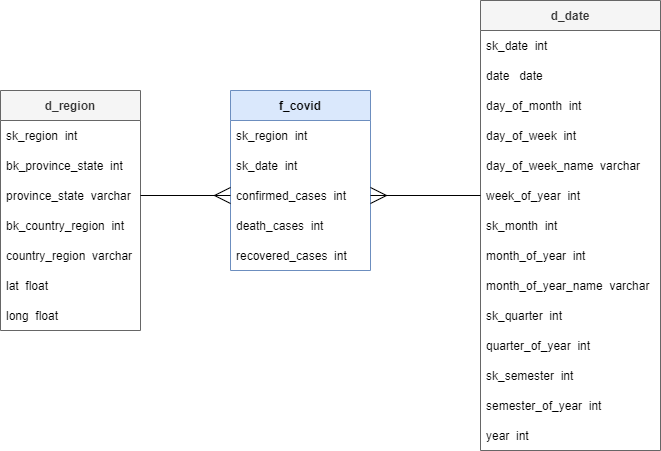
This is img/StarSchema_CovidDW.png from CarlosGarlem/productdev_covid, a draw.io export, as it was before one commit. Source tidied: cells renumbered, new cells last; positions are measured from the earlier drawing's top-left corner, leaving out a move shared by most shapes. The source it was exported from:
```xml
<mxGraphModel>
  <root>
    <mxCell id="0" />
    <mxCell id="1" parent="0" />
    <mxCell id="2" value="d_region" style="swimlane;fontStyle=1;horizontal=1;startSize=30;hachureGap=4;fillColor=#f5f5f5;strokeColor=#666666;fontColor=#333333;" parent="1" vertex="1">
      <mxGeometry y="90" width="140" height="240" as="geometry" />
    </mxCell>
    <mxCell id="3" value="sk_region  int" style="text;strokeColor=none;fillColor=none;align=left;verticalAlign=middle;spacingLeft=4;spacingRight=4;overflow=hidden;fontStyle=0;" parent="2" vertex="1">
      <mxGeometry y="30" width="140" height="30" as="geometry" />
    </mxCell>
    <mxCell id="4" value="bk_province_state  int " style="text;strokeColor=none;fillColor=none;align=left;verticalAlign=middle;spacingLeft=4;spacingRight=4;overflow=hidden;" parent="2" vertex="1">
      <mxGeometry y="60" width="140" height="30" as="geometry" />
    </mxCell>
    <mxCell id="5" value="province_state  varchar" style="text;strokeColor=none;fillColor=none;align=left;verticalAlign=middle;spacingLeft=4;spacingRight=4;overflow=hidden;points=[[0,0.5],[1,0.5]];portConstraint=eastwest;" parent="2" vertex="1">
      <mxGeometry y="90" width="140" height="30" as="geometry" />
    </mxCell>
    <mxCell id="6" value="bk_country_region  int" style="text;strokeColor=none;fillColor=none;align=left;verticalAlign=middle;spacingLeft=4;spacingRight=4;overflow=hidden;" parent="2" vertex="1">
      <mxGeometry y="120" width="140" height="30" as="geometry" />
    </mxCell>
    <mxCell id="7" value="country_region  varchar" style="text;strokeColor=none;fillColor=none;align=left;verticalAlign=middle;spacingLeft=4;spacingRight=4;overflow=hidden;" parent="2" vertex="1">
      <mxGeometry y="150" width="140" height="30" as="geometry" />
    </mxCell>
    <mxCell id="8" value="lat  float" style="text;strokeColor=none;fillColor=none;align=left;verticalAlign=middle;spacingLeft=4;spacingRight=4;overflow=hidden;" parent="2" vertex="1">
      <mxGeometry y="180" width="140" height="30" as="geometry" />
    </mxCell>
    <mxCell id="9" value="long  float" style="text;strokeColor=none;fillColor=none;align=left;verticalAlign=middle;spacingLeft=4;spacingRight=4;overflow=hidden;" parent="2" vertex="1">
      <mxGeometry y="210" width="140" height="30" as="geometry" />
    </mxCell>
    <mxCell id="10" value="f_covid" style="swimlane;fontStyle=1;horizontal=1;startSize=30;hachureGap=4;fillColor=#dae8fc;strokeColor=#6c8ebf;" parent="1" vertex="1">
      <mxGeometry x="230" y="90" width="140" height="180" as="geometry" />
    </mxCell>
    <mxCell id="11" value="sk_region  int" style="text;strokeColor=none;fillColor=none;align=left;verticalAlign=middle;spacingLeft=4;spacingRight=4;overflow=hidden;fontStyle=0;" parent="10" vertex="1">
      <mxGeometry y="30" width="140" height="30" as="geometry" />
    </mxCell>
    <mxCell id="12" value="sk_date  int" style="text;strokeColor=none;fillColor=none;align=left;verticalAlign=middle;spacingLeft=4;spacingRight=4;overflow=hidden;" parent="10" vertex="1">
      <mxGeometry y="60" width="140" height="30" as="geometry" />
    </mxCell>
    <mxCell id="13" value="confirmed_cases  int" style="text;strokeColor=none;fillColor=none;align=left;verticalAlign=middle;spacingLeft=4;spacingRight=4;overflow=hidden;points=[[0,0.5],[1,0.5]];portConstraint=eastwest;" parent="10" vertex="1">
      <mxGeometry y="90" width="140" height="30" as="geometry" />
    </mxCell>
    <mxCell id="14" value="death_cases  int" style="text;strokeColor=none;fillColor=none;align=left;verticalAlign=middle;spacingLeft=4;spacingRight=4;overflow=hidden;" parent="10" vertex="1">
      <mxGeometry y="120" width="140" height="30" as="geometry" />
    </mxCell>
    <mxCell id="15" value="recovered_cases  int" style="text;strokeColor=none;fillColor=none;align=left;verticalAlign=middle;spacingLeft=4;spacingRight=4;overflow=hidden;" parent="10" vertex="1">
      <mxGeometry y="150" width="140" height="30" as="geometry" />
    </mxCell>
    <mxCell id="16" value="d_date" style="swimlane;fontStyle=1;horizontal=1;startSize=30;hachureGap=4;fillColor=#f5f5f5;strokeColor=#666666;fontColor=#333333;" parent="1" vertex="1">
      <mxGeometry x="480" width="180" height="450" as="geometry" />
    </mxCell>
    <mxCell id="17" value="sk_date  int" style="text;strokeColor=none;fillColor=none;align=left;verticalAlign=middle;spacingLeft=4;spacingRight=4;overflow=hidden;fontStyle=0;" parent="16" vertex="1">
      <mxGeometry y="30" width="180" height="30" as="geometry" />
    </mxCell>
    <mxCell id="18" value="date   date" style="text;strokeColor=none;fillColor=none;align=left;verticalAlign=middle;spacingLeft=4;spacingRight=4;overflow=hidden;" parent="16" vertex="1">
      <mxGeometry y="60" width="180" height="30" as="geometry" />
    </mxCell>
    <mxCell id="19" value="day_of_month  int" style="text;strokeColor=none;fillColor=none;align=left;verticalAlign=middle;spacingLeft=4;spacingRight=4;overflow=hidden;" parent="16" vertex="1">
      <mxGeometry y="90" width="180" height="30" as="geometry" />
    </mxCell>
    <mxCell id="20" value="day_of_week  int" style="text;strokeColor=none;fillColor=none;align=left;verticalAlign=middle;spacingLeft=4;spacingRight=4;overflow=hidden;" parent="16" vertex="1">
      <mxGeometry y="120" width="180" height="30" as="geometry" />
    </mxCell>
    <mxCell id="21" value="day_of_week_name  varchar" style="text;strokeColor=none;fillColor=none;align=left;verticalAlign=middle;spacingLeft=4;spacingRight=4;overflow=hidden;" parent="16" vertex="1">
      <mxGeometry y="150" width="180" height="30" as="geometry" />
    </mxCell>
    <mxCell id="22" value="week_of_year  int" style="text;strokeColor=none;fillColor=none;align=left;verticalAlign=middle;spacingLeft=4;spacingRight=4;overflow=hidden;points=[[0,0.5],[1,0.5]];portConstraint=eastwest;" parent="16" vertex="1">
      <mxGeometry y="180" width="180" height="30" as="geometry" />
    </mxCell>
    <mxCell id="23" value="sk_month  int" style="text;strokeColor=none;fillColor=none;align=left;verticalAlign=middle;spacingLeft=4;spacingRight=4;overflow=hidden;" parent="16" vertex="1">
      <mxGeometry y="210" width="180" height="30" as="geometry" />
    </mxCell>
    <mxCell id="24" value="month_of_year  int" style="text;strokeColor=none;fillColor=none;align=left;verticalAlign=middle;spacingLeft=4;spacingRight=4;overflow=hidden;" parent="16" vertex="1">
      <mxGeometry y="240" width="180" height="30" as="geometry" />
    </mxCell>
    <mxCell id="25" value="month_of_year_name  varchar" style="text;strokeColor=none;fillColor=none;align=left;verticalAlign=middle;spacingLeft=4;spacingRight=4;overflow=hidden;" parent="16" vertex="1">
      <mxGeometry y="270" width="180" height="30" as="geometry" />
    </mxCell>
    <mxCell id="26" value="sk_quarter  int" style="text;strokeColor=none;fillColor=none;align=left;verticalAlign=middle;spacingLeft=4;spacingRight=4;overflow=hidden;" parent="16" vertex="1">
      <mxGeometry y="300" width="180" height="30" as="geometry" />
    </mxCell>
    <mxCell id="27" value="quarter_of_year  int" style="text;strokeColor=none;fillColor=none;align=left;verticalAlign=middle;spacingLeft=4;spacingRight=4;overflow=hidden;" parent="16" vertex="1">
      <mxGeometry y="330" width="180" height="30" as="geometry" />
    </mxCell>
    <mxCell id="28" value="sk_semester  int" style="text;strokeColor=none;fillColor=none;align=left;verticalAlign=middle;spacingLeft=4;spacingRight=4;overflow=hidden;" parent="16" vertex="1">
      <mxGeometry y="360" width="180" height="30" as="geometry" />
    </mxCell>
    <mxCell id="29" value="semester_of_year  int" style="text;strokeColor=none;fillColor=none;align=left;verticalAlign=middle;spacingLeft=4;spacingRight=4;overflow=hidden;" parent="16" vertex="1">
      <mxGeometry y="390" width="180" height="30" as="geometry" />
    </mxCell>
    <mxCell id="30" value="year  int" style="text;strokeColor=none;fillColor=none;align=left;verticalAlign=middle;spacingLeft=4;spacingRight=4;overflow=hidden;" parent="16" vertex="1">
      <mxGeometry y="420" width="180" height="30" as="geometry" />
    </mxCell>
    <mxCell id="31" style="edgeStyle=none;curved=1;rounded=0;jettySize=auto;html=1;exitX=1;exitY=0.5;exitDx=0;exitDy=0;entryX=0;entryY=0.5;entryDx=0;entryDy=0;endArrow=ERmany;startSize=14;endSize=14;sourcePerimeterSpacing=8;targetPerimeterSpacing=8;endFill=0;" parent="1" edge="1" source="5" target="13">
      <mxGeometry relative="1" as="geometry" />
    </mxCell>
    <mxCell id="32" style="edgeStyle=none;curved=1;rounded=0;jettySize=auto;html=1;exitX=0;exitY=0.5;exitDx=0;exitDy=0;entryX=1;entryY=0.5;entryDx=0;entryDy=0;endArrow=ERmany;endFill=0;startSize=14;endSize=14;sourcePerimeterSpacing=8;targetPerimeterSpacing=8;" parent="1" edge="1" source="22" target="13">
      <mxGeometry relative="1" as="geometry" />
    </mxCell>
  </root>
</mxGraphModel>
```
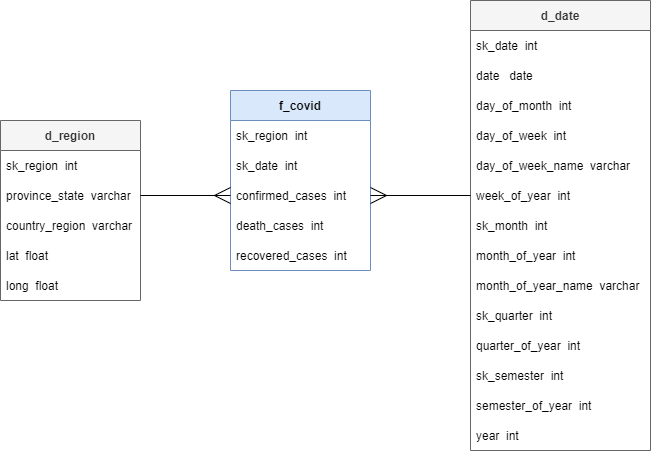
Above is the later version.

The edit, as a diff of the source:
```diff
@@ -3,28 +3,22 @@
     <mxCell id="0" />
     <mxCell id="1" parent="0" />
     <mxCell id="2" value="d_region" style="swimlane;fontStyle=1;horizontal=1;startSize=30;hachureGap=4;fillColor=#f5f5f5;strokeColor=#666666;fontColor=#333333;" parent="1" vertex="1">
-      <mxGeometry y="90" width="140" height="240" as="geometry" />
+      <mxGeometry y="120" width="140" height="180" as="geometry" />
     </mxCell>
     <mxCell id="3" value="sk_region  int" style="text;strokeColor=none;fillColor=none;align=left;verticalAlign=middle;spacingLeft=4;spacingRight=4;overflow=hidden;fontStyle=0;" parent="2" vertex="1">
       <mxGeometry y="30" width="140" height="30" as="geometry" />
     </mxCell>
-    <mxCell id="4" value="bk_province_state  int " style="text;strokeColor=none;fillColor=none;align=left;verticalAlign=middle;spacingLeft=4;spacingRight=4;overflow=hidden;" parent="2" vertex="1">
-      <mxGeometry y="60" width="140" height="30" as="geometry" />
-    </mxCell>
     <mxCell id="5" value="province_state  varchar" style="text;strokeColor=none;fillColor=none;align=left;verticalAlign=middle;spacingLeft=4;spacingRight=4;overflow=hidden;points=[[0,0.5],[1,0.5]];portConstraint=eastwest;" parent="2" vertex="1">
-      <mxGeometry y="90" width="140" height="30" as="geometry" />
+      <mxGeometry y="60" width="140" height="30" as="geometry" />
     </mxCell>
-    <mxCell id="6" value="bk_country_region  int" style="text;strokeColor=none;fillColor=none;align=left;verticalAlign=middle;spacingLeft=4;spacingRight=4;overflow=hidden;" parent="2" vertex="1">
-      <mxGeometry y="120" width="140" height="30" as="geometry" />
-    </mxCell>
     <mxCell id="7" value="country_region  varchar" style="text;strokeColor=none;fillColor=none;align=left;verticalAlign=middle;spacingLeft=4;spacingRight=4;overflow=hidden;" parent="2" vertex="1">
-      <mxGeometry y="150" width="140" height="30" as="geometry" />
+      <mxGeometry y="90" width="140" height="30" as="geometry" />
     </mxCell>
     <mxCell id="8" value="lat  float" style="text;strokeColor=none;fillColor=none;align=left;verticalAlign=middle;spacingLeft=4;spacingRight=4;overflow=hidden;" parent="2" vertex="1">
-      <mxGeometry y="180" width="140" height="30" as="geometry" />
+      <mxGeometry y="120" width="140" height="30" as="geometry" />
     </mxCell>
     <mxCell id="9" value="long  float" style="text;strokeColor=none;fillColor=none;align=left;verticalAlign=middle;spacingLeft=4;spacingRight=4;overflow=hidden;" parent="2" vertex="1">
-      <mxGeometry y="210" width="140" height="30" as="geometry" />
+      <mxGeometry y="150" width="140" height="30" as="geometry" />
     </mxCell>
     <mxCell id="10" value="f_covid" style="swimlane;fontStyle=1;horizontal=1;startSize=30;hachureGap=4;fillColor=#dae8fc;strokeColor=#6c8ebf;" parent="1" vertex="1">
       <mxGeometry x="230" y="90" width="140" height="180" as="geometry" />
@@ -45,7 +39,7 @@
       <mxGeometry y="150" width="140" height="30" as="geometry" />
     </mxCell>
     <mxCell id="16" value="d_date" style="swimlane;fontStyle=1;horizontal=1;startSize=30;hachureGap=4;fillColor=#f5f5f5;strokeColor=#666666;fontColor=#333333;" parent="1" vertex="1">
-      <mxGeometry x="480" width="180" height="450" as="geometry" />
+      <mxGeometry x="470" width="180" height="450" as="geometry" />
     </mxCell>
     <mxCell id="17" value="sk_date  int" style="text;strokeColor=none;fillColor=none;align=left;verticalAlign=middle;spacingLeft=4;spacingRight=4;overflow=hidden;fontStyle=0;" parent="16" vertex="1">
       <mxGeometry y="30" width="180" height="30" as="geometry" />
```
